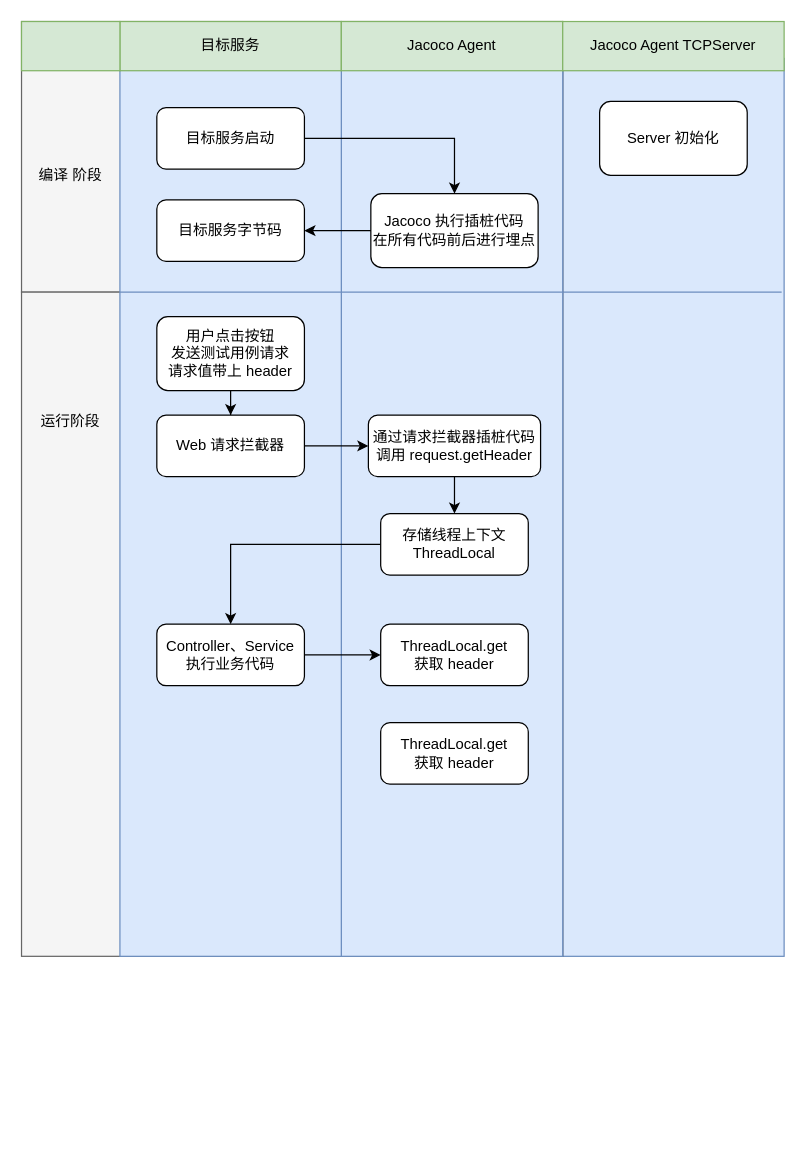
Earlier version of the draw.io diagram draw.io/jacoco 核心流程.drawio (KeatonLi/pictures). Source tidied: cells renumbered, new cells numbered last; positions are measured from the earlier drawing's top-left corner, leaving out a move shared by most shapes. Both pictures are drawn from the tidied source at 123%, with x=0, y=0 at pixel (21, 21).
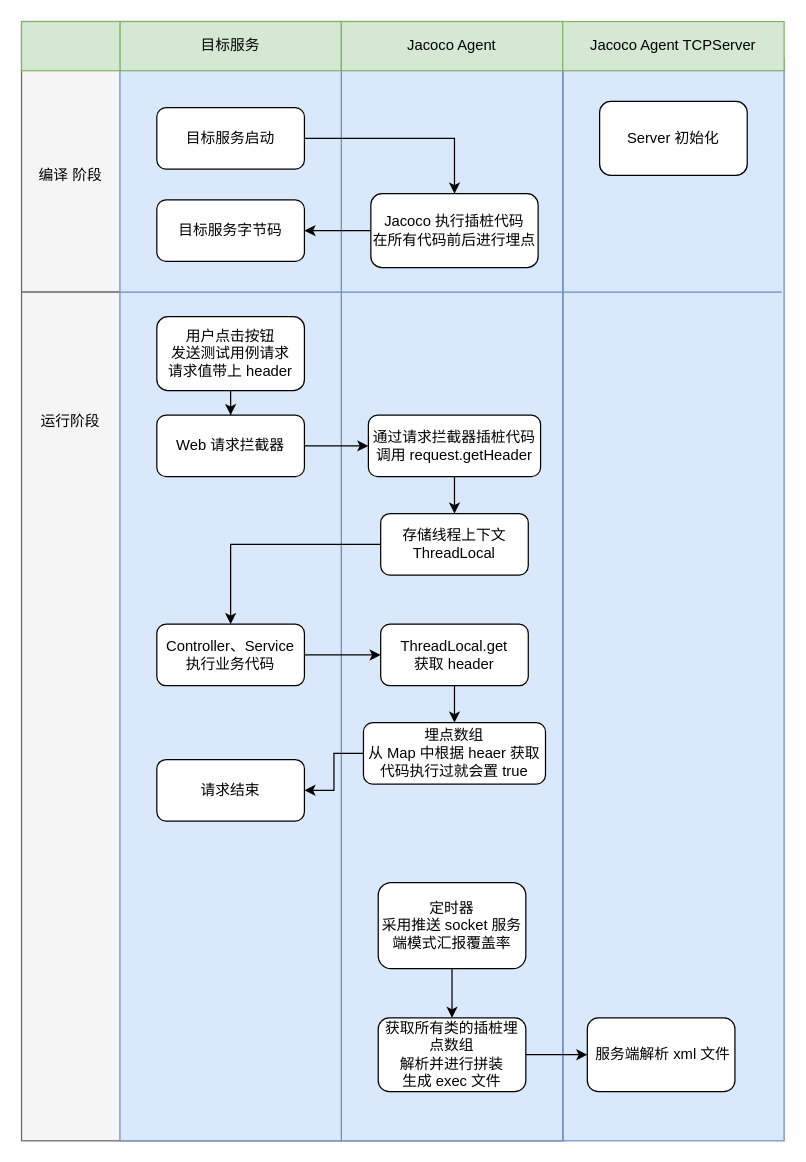
The same page after the edit.

Commit message (it also covers changes not shown here):
更新jacoco 核心流程.drawio

Unchanged cells that the change refers to:
```xml
<mxCell id="28" value="ThreadLocal.get&lt;br&gt;获取 header" style="rounded=1;whiteSpace=wrap;html=1;" parent="1" vertex="1">
  <mxGeometry x="292" y="490" width="120" height="50" as="geometry" />
</mxCell>
```

What changed in the source:
```diff
@@
     <mxCell id="2" style="rounded=0;whiteSpace=wrap;html=1;fillColor=#dae8fc;strokeColor=#6c8ebf;" parent="1" vertex="1">
-      <mxGeometry x="440" y="30" width="180" height="730" as="geometry" />
+      <mxGeometry x="440" y="30" width="180" height="880" as="geometry" />
     </mxCell>
@@
     <mxCell id="4" style="rounded=0;whiteSpace=wrap;html=1;fillColor=#f5f5f5;fontColor=#333333;strokeColor=#666666;" parent="1" vertex="1">
-      <mxGeometry y="220" width="440" height="540" as="geometry" />
+      <mxGeometry y="220" width="440" height="690" as="geometry" />
     </mxCell>
     <mxCell id="5" style="rounded=0;whiteSpace=wrap;html=1;fillColor=#dae8fc;strokeColor=#6c8ebf;" parent="1" vertex="1">
-      <mxGeometry x="260" y="10" width="180" height="750" as="geometry" />
+      <mxGeometry x="260" y="10" width="180" height="900" as="geometry" />
     </mxCell>
     <mxCell id="6" style="rounded=0;whiteSpace=wrap;html=1;fillColor=#dae8fc;strokeColor=#6c8ebf;" parent="1" vertex="1">
-      <mxGeometry x="80" y="10" width="180" height="750" as="geometry" />
+      <mxGeometry x="80" y="10" width="180" height="900" as="geometry" />
     </mxCell>
@@
+    <mxCell id="32" style="edgeStyle=orthogonalEdgeStyle;rounded=0;jettySize=auto;html=1;entryX=0.5;entryY=0;entryDx=0;entryDy=0;" parent="1" edge="1" source="28" target="29">
+      <mxGeometry relative="1" as="geometry" />
+    </mxCell>
@@
+    <mxCell id="33" style="edgeStyle=orthogonalEdgeStyle;rounded=0;jettySize=auto;html=1;entryX=1;entryY=0.5;entryDx=0;entryDy=0;" parent="1" edge="1" source="29" target="34">
+      <mxGeometry relative="1" as="geometry" />
+    </mxCell>
-    <mxCell id="29" value="ThreadLocal.get&lt;br&gt;获取 header" style="rounded=1;whiteSpace=wrap;html=1;" parent="1" vertex="1">
-      <mxGeometry x="292" y="570" width="120" height="50" as="geometry" />
+    <mxCell id="29" value="埋点数组&lt;br&gt;从 Map 中根据 heaer 获取&lt;br&gt;代码执行过就会置 true" style="rounded=1;whiteSpace=wrap;html=1;" parent="1" vertex="1">
+      <mxGeometry x="278" y="570" width="148" height="50" as="geometry" />
     </mxCell>
@@
+    <mxCell id="34" value="请求结束" style="rounded=1;whiteSpace=wrap;html=1;" parent="1" vertex="1">
+      <mxGeometry x="110" y="600" width="120" height="50" as="geometry" />
+    </mxCell>
+    <mxCell id="35" style="edgeStyle=orthogonalEdgeStyle;rounded=0;jettySize=auto;html=1;entryX=0.5;entryY=0;entryDx=0;entryDy=0;" parent="1" edge="1" source="36" target="39">
+      <mxGeometry relative="1" as="geometry" />
+    </mxCell>
+    <mxCell id="36" value="定时器&lt;br&gt;采用推送 socket 服务端模式汇报覆盖率" style="rounded=1;whiteSpace=wrap;html=1;" parent="1" vertex="1">
+      <mxGeometry x="290" y="700" width="120" height="70" as="geometry" />
+    </mxCell>
+    <mxCell id="37" value="&amp;nbsp;服务端解析 xml 文件" style="rounded=1;whiteSpace=wrap;html=1;" parent="1" vertex="1">
+      <mxGeometry x="460" y="810" width="120" height="60" as="geometry" />
+    </mxCell>
+    <mxCell id="38" style="edgeStyle=orthogonalEdgeStyle;rounded=0;jettySize=auto;html=1;entryX=0;entryY=0.5;entryDx=0;entryDy=0;" parent="1" edge="1" source="39" target="37">
+      <mxGeometry relative="1" as="geometry" />
+    </mxCell>
+    <mxCell id="39" value="获取所有类的插桩埋点数组&lt;br&gt;解析并进行拼装&lt;br&gt;生成 exec 文件" style="rounded=1;whiteSpace=wrap;html=1;" parent="1" vertex="1">
+      <mxGeometry x="290" y="810" width="120" height="60" as="geometry" />
+    </mxCell>
```
